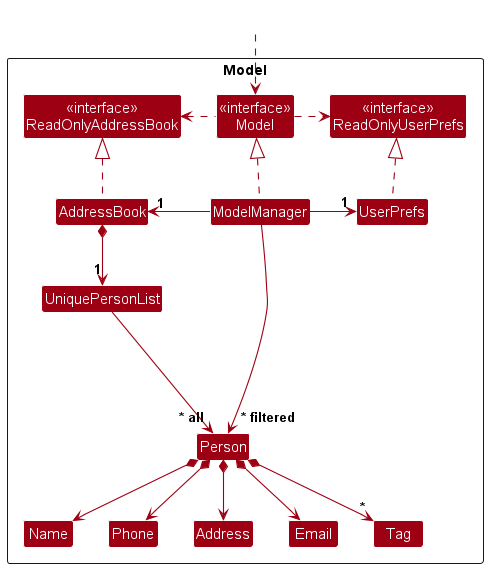
The PlantUML diagram docs/images/ModelClassDiagram.png in nus-cs2103-AY2425S1/tp, before a commit.
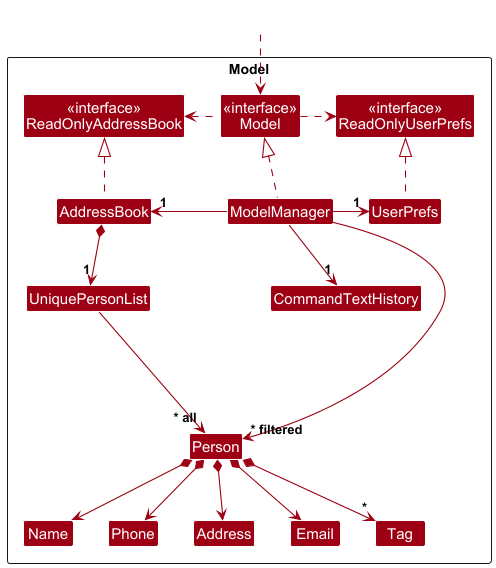
Above is the later version.

Diff of the diagram source:
```diff
@@ -11,6 +11,7 @@
 Class AddressBook
 Class ModelManager
 Class UserPrefs
+Class CommandTextHistory
 
 Class UniquePersonList
 Class Person
@@ -33,6 +34,7 @@
 Model .left.> ReadOnlyAddressBook
 ModelManager -left-> "1" AddressBook
 ModelManager -right-> "1" UserPrefs
+ModelManager -d-> "1" CommandTextHistory
 UserPrefs .up.|> ReadOnlyUserPrefs
 
 AddressBook *--> "1" UniquePersonList
```
